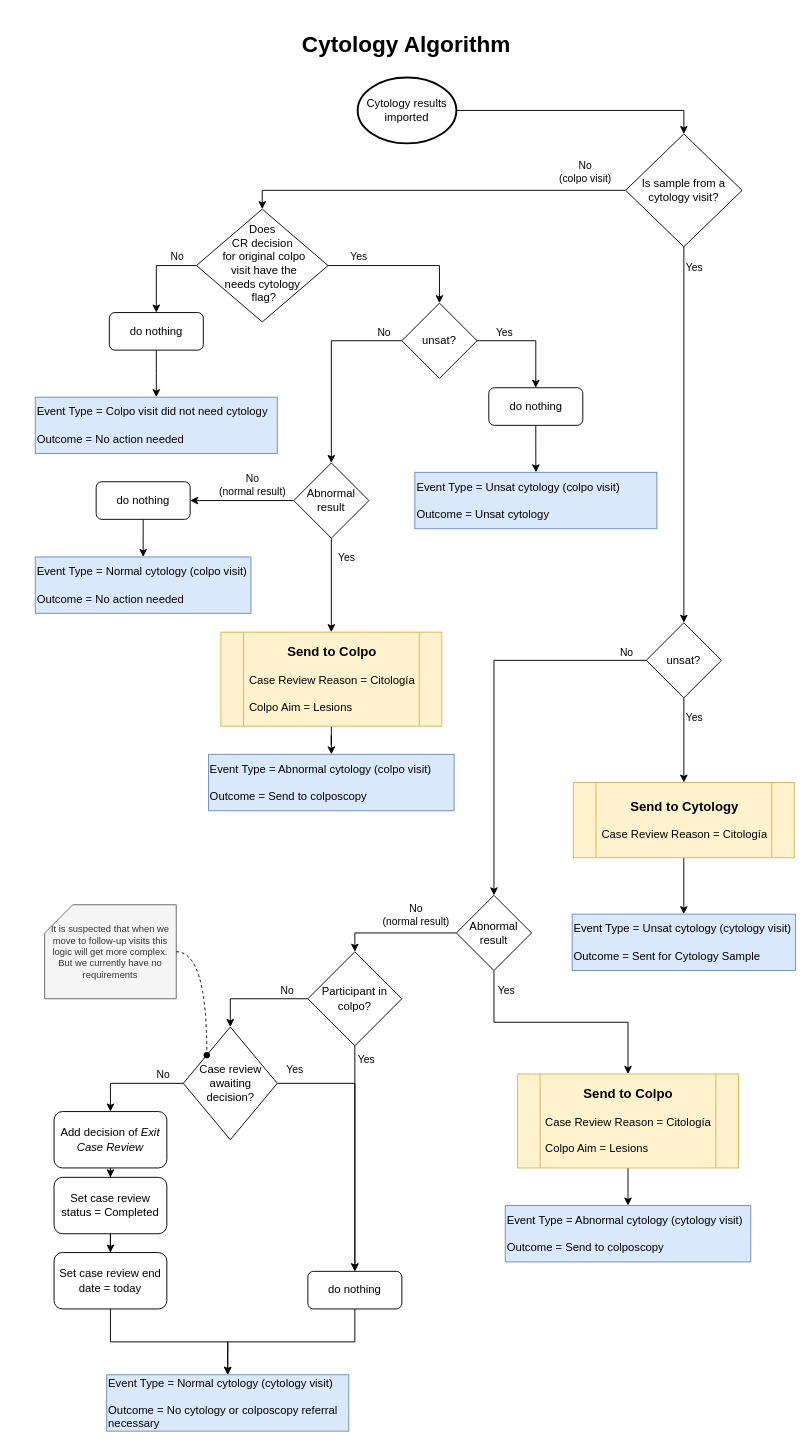
Above: Cytology algorithm.drawio in stealthv/aurora-algorithms (draw.io), before the change. Source tidied: cells renumbered, new cells numbered last; positions are measured from the earlier drawing's top-left corner, leaving out a move shared by most shapes. Both pictures are drawn from the tidied source at 94%, with x=0, y=0 at pixel (16, 30).
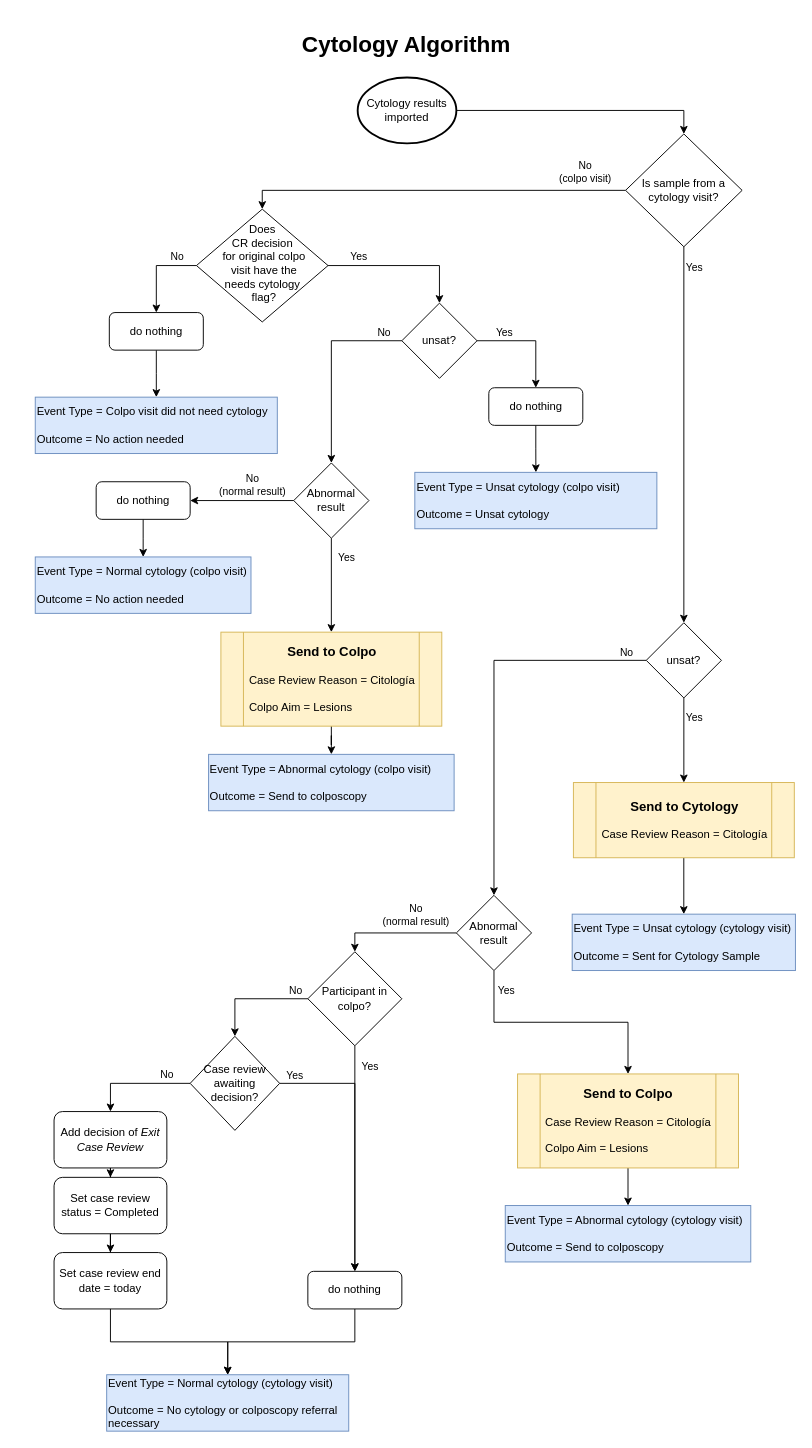
Above is the later version.

The change refers to these unchanged cells:
```xml
<mxCell id="20" style="edgeStyle=orthogonalEdgeStyle;rounded=0;jettySize=auto;html=1;entryX=0.5;entryY=0;entryDx=0;entryDy=0;" parent="1" edge="1" source="24" target="38">
  <mxGeometry relative="1" as="geometry" />
</mxCell>
<mxCell id="22" style="edgeStyle=orthogonalEdgeStyle;rounded=0;jettySize=auto;html=1;entryX=0.5;entryY=0;entryDx=0;entryDy=0;" parent="1" edge="1" source="24" target="29">
  <mxGeometry relative="1" as="geometry" />
</mxCell>
<mxCell id="25" style="edgeStyle=orthogonalEdgeStyle;rounded=0;jettySize=auto;html=1;entryX=0.5;entryY=0;entryDx=0;entryDy=0;" parent="1" edge="1" source="29" target="38">
  <mxGeometry relative="1" as="geometry" />
</mxCell>
```

Diff of the diagram source:
```diff
@@
     <mxCell id="21" value="Yes" style="edgeLabel;html=1;align=center;verticalAlign=middle;" parent="20" vertex="1">
       <mxGeometry x="-0.31" y="1" relative="1" as="geometry">
-        <mxPoint x="10" y="-69" as="offset" />
+        <mxPoint x="14" y="-62" as="offset" />
       </mxGeometry>
     </mxCell>
@@
     <mxCell id="23" value="No" style="edgeLabel;html=1;align=center;verticalAlign=middle;" parent="22" vertex="1">
       <mxGeometry x="-0.28" y="-2" relative="1" as="geometry">
-        <mxPoint x="18" y="-8" as="offset" />
+        <mxPoint x="28" y="-8" as="offset" />
       </mxGeometry>
     </mxCell>
@@
     <mxCell id="26" value="Yes" style="edgeLabel;html=1;align=center;verticalAlign=middle;" parent="25" vertex="1">
       <mxGeometry x="-0.33" y="3" relative="1" as="geometry">
-        <mxPoint x="-68" y="-27" as="offset" />
+        <mxPoint x="-68" y="-23" as="offset" />
       </mxGeometry>
     </mxCell>
@@
-    <mxCell id="29" value="Case review awaiting decision?" style="rhombus;whiteSpace=wrap;html=1;spacingLeft=0;spacingRight=0;spacing=2;perimeterSpacing=0;" parent="1" vertex="1">
-      <mxGeometry x="177.5" y="1060" width="100" height="120" as="geometry" />
+    <mxCell id="29" value="Case review awaiting decision?" style="rhombus;whiteSpace=wrap;html=1;" parent="1" vertex="1">
+      <mxGeometry x="184.8" y="1070" width="95.2" height="100" as="geometry" />
     </mxCell>
@@
-    <mxCell id="72" value="It is suspected that when we move to follow-up visits this logic will get more complex. But we currently have no requirements" style="shape=card;whiteSpace=wrap;html=1;labelBackgroundColor=none;fontSize=10;fillColor=#f5f5f5;fontColor=#333333;strokeColor=#666666;" parent="1" vertex="1">
-      <mxGeometry x="30" y="930" width="140" height="100" as="geometry" />
-    </mxCell>
-    <mxCell id="73" style="endArrow=oval;dashed=1;html=1;rounded=1;entryX=0;entryY=0;entryDx=0;entryDy=0;exitX=1;exitY=0.5;exitDx=0;exitDy=0;exitPerimeter=0;edgeStyle=orthogonalEdgeStyle;curved=1;endFill=1;" parent="1" edge="1" source="72" target="29">
-      <mxGeometry relative="1" as="geometry" />
-    </mxCell>
```
